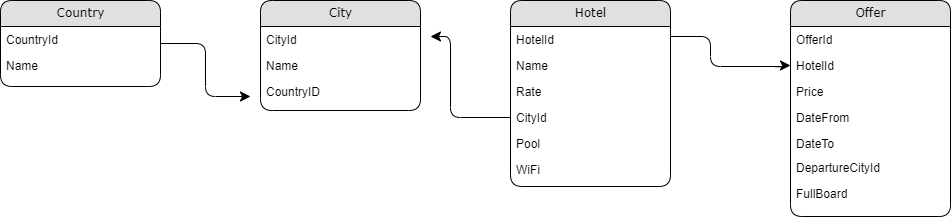
Before: Biuro_podrozy_diagram.png, a diagram exported from draw.io (sewcio543/vacationey). Source tidied: cells renumbered, new cells last; positions are measured from the earlier drawing's top-left corner, leaving out a move shared by most shapes. Its diagram source:
```xml
<mxGraphModel>
  <root>
    <mxCell id="0" />
    <mxCell id="1" parent="0" />
    <mxCell id="2" value="Country" style="swimlane;html=1;fontStyle=0;horizontal=1;startSize=26;fillColor=#e0e0e0;swimlaneFillColor=#ffffff;align=center;rounded=1;shadow=0;comic=0;labelBackgroundColor=none;strokeWidth=1;fontFamily=Verdana;fontSize=12;" parent="1" vertex="1">
      <mxGeometry width="160" height="86" as="geometry" />
    </mxCell>
    <mxCell id="3" value="CountryId" style="text;html=1;strokeColor=none;fillColor=none;spacingLeft=4;spacingRight=4;whiteSpace=wrap;overflow=hidden;" parent="2" vertex="1">
      <mxGeometry y="26" width="160" height="26" as="geometry" />
    </mxCell>
    <mxCell id="4" value="Name" style="text;html=1;strokeColor=none;fillColor=none;spacingLeft=4;spacingRight=4;whiteSpace=wrap;overflow=hidden;" parent="2" vertex="1">
      <mxGeometry y="52" width="160" height="26" as="geometry" />
    </mxCell>
    <mxCell id="5" value="City" style="swimlane;html=1;fontStyle=0;horizontal=1;startSize=26;fillColor=#e0e0e0;swimlaneFillColor=#ffffff;align=center;rounded=1;shadow=0;comic=0;labelBackgroundColor=none;strokeWidth=1;fontFamily=Verdana;fontSize=12;" parent="1" vertex="1">
      <mxGeometry x="260" width="160" height="110" as="geometry" />
    </mxCell>
    <mxCell id="6" value="CityId" style="text;html=1;strokeColor=none;fillColor=none;spacingLeft=4;spacingRight=4;whiteSpace=wrap;overflow=hidden;" parent="5" vertex="1">
      <mxGeometry y="26" width="160" height="26" as="geometry" />
    </mxCell>
    <mxCell id="7" value="Name" style="text;html=1;strokeColor=none;fillColor=none;spacingLeft=4;spacingRight=4;whiteSpace=wrap;overflow=hidden;" parent="5" vertex="1">
      <mxGeometry y="52" width="160" height="26" as="geometry" />
    </mxCell>
    <mxCell id="8" value="CountryID" style="text;html=1;strokeColor=none;fillColor=none;spacingLeft=4;spacingRight=4;whiteSpace=wrap;overflow=hidden;points=[[0,0.5],[1,0.5]];portConstraint=eastwest;" parent="5" vertex="1">
      <mxGeometry y="78" width="160" height="26" as="geometry" />
    </mxCell>
    <mxCell id="9" value="Hotel" style="swimlane;html=1;fontStyle=0;horizontal=1;startSize=26;fillColor=#e0e0e0;swimlaneFillColor=#ffffff;align=center;rounded=1;shadow=0;comic=0;labelBackgroundColor=none;strokeWidth=1;fontFamily=Verdana;fontSize=12;" parent="1" vertex="1">
      <mxGeometry x="510" width="160" height="186" as="geometry" />
    </mxCell>
    <mxCell id="10" value="HotelId" style="text;html=1;strokeColor=none;fillColor=none;spacingLeft=4;spacingRight=4;whiteSpace=wrap;overflow=hidden;points=[[0,0.5],[1,0.5]];portConstraint=eastwest;" parent="9" vertex="1">
      <mxGeometry y="26" width="160" height="26" as="geometry" />
    </mxCell>
    <mxCell id="11" value="Name" style="text;html=1;strokeColor=none;fillColor=none;spacingLeft=4;spacingRight=4;whiteSpace=wrap;overflow=hidden;" parent="9" vertex="1">
      <mxGeometry y="52" width="160" height="26" as="geometry" />
    </mxCell>
    <mxCell id="12" value="Rate" style="text;html=1;strokeColor=none;fillColor=none;spacingLeft=4;spacingRight=4;whiteSpace=wrap;overflow=hidden;" parent="9" vertex="1">
      <mxGeometry y="78" width="160" height="26" as="geometry" />
    </mxCell>
    <mxCell id="13" value="CityId" style="text;html=1;strokeColor=none;fillColor=none;spacingLeft=4;spacingRight=4;whiteSpace=wrap;overflow=hidden;points=[[0,0.5],[1,0.5]];portConstraint=eastwest;" parent="9" vertex="1">
      <mxGeometry y="104" width="160" height="26" as="geometry" />
    </mxCell>
    <mxCell id="14" value="Pool" style="text;html=1;strokeColor=none;fillColor=none;spacingLeft=4;spacingRight=4;whiteSpace=wrap;overflow=hidden;" parent="9" vertex="1">
      <mxGeometry y="130" width="160" height="26" as="geometry" />
    </mxCell>
    <mxCell id="15" value="WiFi" style="text;html=1;strokeColor=none;fillColor=none;spacingLeft=4;spacingRight=4;whiteSpace=wrap;overflow=hidden;" parent="9" vertex="1">
      <mxGeometry y="156" width="160" height="24" as="geometry" />
    </mxCell>
    <mxCell id="16" style="edgeStyle=orthogonalEdgeStyle;html=1;labelBackgroundColor=none;startFill=0;startSize=8;endFill=1;endSize=8;fontFamily=Verdana;fontSize=12;" parent="1" edge="1" source="2">
      <mxGeometry relative="1" as="geometry">
        <mxPoint x="250" y="96" as="targetPoint" />
        <Array as="points">
          <mxPoint x="205" y="43" />
          <mxPoint x="205" y="96" />
          <mxPoint x="250" y="96" />
        </Array>
      </mxGeometry>
    </mxCell>
    <mxCell id="17" style="edgeStyle=orthogonalEdgeStyle;html=1;labelBackgroundColor=none;startFill=0;startSize=8;endFill=1;endSize=8;fontFamily=Verdana;fontSize=12;entryX=0;entryY=0.5;entryDx=0;entryDy=0;" parent="1" edge="1" target="21">
      <mxGeometry relative="1" as="geometry">
        <mxPoint x="670" y="36" as="sourcePoint" />
        <Array as="points">
          <mxPoint x="710" y="36" />
          <mxPoint x="710" y="66" />
          <mxPoint x="785" y="66" />
          <mxPoint x="785" y="65" />
        </Array>
      </mxGeometry>
    </mxCell>
    <mxCell id="18" style="edgeStyle=orthogonalEdgeStyle;html=1;exitX=0;exitY=0.5;labelBackgroundColor=none;startFill=0;startSize=8;endFill=1;endSize=8;fontFamily=Verdana;fontSize=12;exitDx=0;exitDy=0;" parent="1" edge="1" source="13">
      <mxGeometry relative="1" as="geometry">
        <mxPoint x="430" y="36" as="targetPoint" />
        <Array as="points">
          <mxPoint x="450" y="117" />
          <mxPoint x="450" y="36" />
        </Array>
      </mxGeometry>
    </mxCell>
    <mxCell id="19" value="Offer" style="swimlane;html=1;fontStyle=0;horizontal=1;startSize=26;fillColor=#e0e0e0;swimlaneFillColor=#ffffff;align=center;rounded=1;shadow=0;comic=0;labelBackgroundColor=none;strokeWidth=1;fontFamily=Verdana;fontSize=12;" parent="1" vertex="1">
      <mxGeometry x="790" width="160" height="216" as="geometry" />
    </mxCell>
    <mxCell id="20" value="OfferId" style="text;html=1;strokeColor=none;fillColor=none;spacingLeft=4;spacingRight=4;whiteSpace=wrap;overflow=hidden;" parent="19" vertex="1">
      <mxGeometry y="26" width="160" height="26" as="geometry" />
    </mxCell>
    <mxCell id="21" value="HotelId" style="text;html=1;strokeColor=none;fillColor=none;spacingLeft=4;spacingRight=4;whiteSpace=wrap;overflow=hidden;points=[[0,0.5],[1,0.5]];portConstraint=eastwest;" parent="19" vertex="1">
      <mxGeometry y="52" width="160" height="26" as="geometry" />
    </mxCell>
    <mxCell id="22" value="Price" style="text;html=1;strokeColor=none;fillColor=none;spacingLeft=4;spacingRight=4;whiteSpace=wrap;overflow=hidden;" parent="19" vertex="1">
      <mxGeometry y="78" width="160" height="26" as="geometry" />
    </mxCell>
    <mxCell id="23" value="DateFrom" style="text;html=1;strokeColor=none;fillColor=none;spacingLeft=4;spacingRight=4;whiteSpace=wrap;overflow=hidden;" parent="19" vertex="1">
      <mxGeometry y="104" width="160" height="26" as="geometry" />
    </mxCell>
    <mxCell id="24" value="DateTo" style="text;html=1;strokeColor=none;fillColor=none;spacingLeft=4;spacingRight=4;whiteSpace=wrap;overflow=hidden;" parent="19" vertex="1">
      <mxGeometry y="130" width="160" height="24" as="geometry" />
    </mxCell>
    <mxCell id="25" value="DepartureCityId" style="text;html=1;strokeColor=none;fillColor=none;spacingLeft=4;spacingRight=4;whiteSpace=wrap;overflow=hidden;" parent="19" vertex="1">
      <mxGeometry y="154" width="160" height="26" as="geometry" />
    </mxCell>
    <mxCell id="26" value="FullBoard" style="text;html=1;strokeColor=none;fillColor=none;spacingLeft=4;spacingRight=4;whiteSpace=wrap;overflow=hidden;" parent="19" vertex="1">
      <mxGeometry y="180" width="160" height="20" as="geometry" />
    </mxCell>
  </root>
</mxGraphModel>
```
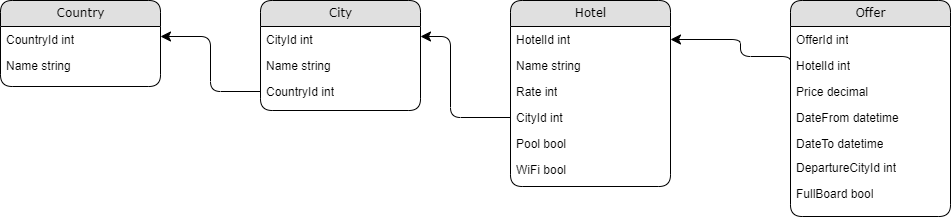
Above is the later version.

What changed in the source:
```diff
@@ -5,69 +5,67 @@
     <mxCell id="2" value="Country" style="swimlane;html=1;fontStyle=0;horizontal=1;startSize=26;fillColor=#e0e0e0;swimlaneFillColor=#ffffff;align=center;rounded=1;shadow=0;comic=0;labelBackgroundColor=none;strokeWidth=1;fontFamily=Verdana;fontSize=12;" parent="1" vertex="1">
       <mxGeometry width="160" height="86" as="geometry" />
     </mxCell>
-    <mxCell id="3" value="CountryId" style="text;html=1;strokeColor=none;fillColor=none;spacingLeft=4;spacingRight=4;whiteSpace=wrap;overflow=hidden;" parent="2" vertex="1">
+    <mxCell id="3" value="CountryId int" style="text;html=1;strokeColor=none;fillColor=none;spacingLeft=4;spacingRight=4;whiteSpace=wrap;overflow=hidden;" parent="2" vertex="1">
       <mxGeometry y="26" width="160" height="26" as="geometry" />
     </mxCell>
-    <mxCell id="4" value="Name" style="text;html=1;strokeColor=none;fillColor=none;spacingLeft=4;spacingRight=4;whiteSpace=wrap;overflow=hidden;" parent="2" vertex="1">
+    <mxCell id="4" value="Name string" style="text;html=1;strokeColor=none;fillColor=none;spacingLeft=4;spacingRight=4;whiteSpace=wrap;overflow=hidden;" parent="2" vertex="1">
       <mxGeometry y="52" width="160" height="26" as="geometry" />
     </mxCell>
     <mxCell id="5" value="City" style="swimlane;html=1;fontStyle=0;horizontal=1;startSize=26;fillColor=#e0e0e0;swimlaneFillColor=#ffffff;align=center;rounded=1;shadow=0;comic=0;labelBackgroundColor=none;strokeWidth=1;fontFamily=Verdana;fontSize=12;" parent="1" vertex="1">
       <mxGeometry x="260" width="160" height="110" as="geometry" />
     </mxCell>
-    <mxCell id="6" value="CityId" style="text;html=1;strokeColor=none;fillColor=none;spacingLeft=4;spacingRight=4;whiteSpace=wrap;overflow=hidden;" parent="5" vertex="1">
+    <mxCell id="6" value="CityId int" style="text;html=1;strokeColor=none;fillColor=none;spacingLeft=4;spacingRight=4;whiteSpace=wrap;overflow=hidden;" parent="5" vertex="1">
       <mxGeometry y="26" width="160" height="26" as="geometry" />
     </mxCell>
-    <mxCell id="7" value="Name" style="text;html=1;strokeColor=none;fillColor=none;spacingLeft=4;spacingRight=4;whiteSpace=wrap;overflow=hidden;" parent="5" vertex="1">
+    <mxCell id="7" value="Name string" style="text;html=1;strokeColor=none;fillColor=none;spacingLeft=4;spacingRight=4;whiteSpace=wrap;overflow=hidden;" parent="5" vertex="1">
       <mxGeometry y="52" width="160" height="26" as="geometry" />
     </mxCell>
-    <mxCell id="8" value="CountryID" style="text;html=1;strokeColor=none;fillColor=none;spacingLeft=4;spacingRight=4;whiteSpace=wrap;overflow=hidden;points=[[0,0.5],[1,0.5]];portConstraint=eastwest;" parent="5" vertex="1">
+    <mxCell id="8" value="CountryId int" style="text;html=1;strokeColor=none;fillColor=none;spacingLeft=4;spacingRight=4;whiteSpace=wrap;overflow=hidden;points=[[0,0.5],[1,0.5]];portConstraint=eastwest;" parent="5" vertex="1">
       <mxGeometry y="78" width="160" height="26" as="geometry" />
     </mxCell>
     <mxCell id="9" value="Hotel" style="swimlane;html=1;fontStyle=0;horizontal=1;startSize=26;fillColor=#e0e0e0;swimlaneFillColor=#ffffff;align=center;rounded=1;shadow=0;comic=0;labelBackgroundColor=none;strokeWidth=1;fontFamily=Verdana;fontSize=12;" parent="1" vertex="1">
       <mxGeometry x="510" width="160" height="186" as="geometry" />
     </mxCell>
-    <mxCell id="10" value="HotelId" style="text;html=1;strokeColor=none;fillColor=none;spacingLeft=4;spacingRight=4;whiteSpace=wrap;overflow=hidden;points=[[0,0.5],[1,0.5]];portConstraint=eastwest;" parent="9" vertex="1">
+    <mxCell id="10" value="HotelId int" style="text;html=1;strokeColor=none;fillColor=none;spacingLeft=4;spacingRight=4;whiteSpace=wrap;overflow=hidden;points=[[0,0.5],[1,0.5]];portConstraint=eastwest;" parent="9" vertex="1">
       <mxGeometry y="26" width="160" height="26" as="geometry" />
     </mxCell>
-    <mxCell id="11" value="Name" style="text;html=1;strokeColor=none;fillColor=none;spacingLeft=4;spacingRight=4;whiteSpace=wrap;overflow=hidden;" parent="9" vertex="1">
+    <mxCell id="11" value="Name string" style="text;html=1;strokeColor=none;fillColor=none;spacingLeft=4;spacingRight=4;whiteSpace=wrap;overflow=hidden;" parent="9" vertex="1">
       <mxGeometry y="52" width="160" height="26" as="geometry" />
     </mxCell>
-    <mxCell id="12" value="Rate" style="text;html=1;strokeColor=none;fillColor=none;spacingLeft=4;spacingRight=4;whiteSpace=wrap;overflow=hidden;" parent="9" vertex="1">
+    <mxCell id="12" value="Rate int" style="text;html=1;strokeColor=none;fillColor=none;spacingLeft=4;spacingRight=4;whiteSpace=wrap;overflow=hidden;" parent="9" vertex="1">
       <mxGeometry y="78" width="160" height="26" as="geometry" />
     </mxCell>
-    <mxCell id="13" value="CityId" style="text;html=1;strokeColor=none;fillColor=none;spacingLeft=4;spacingRight=4;whiteSpace=wrap;overflow=hidden;points=[[0,0.5],[1,0.5]];portConstraint=eastwest;" parent="9" vertex="1">
+    <mxCell id="13" value="CityId int" style="text;html=1;strokeColor=none;fillColor=none;spacingLeft=4;spacingRight=4;whiteSpace=wrap;overflow=hidden;points=[[0,0.5],[1,0.5]];portConstraint=eastwest;" parent="9" vertex="1">
       <mxGeometry y="104" width="160" height="26" as="geometry" />
     </mxCell>
-    <mxCell id="14" value="Pool" style="text;html=1;strokeColor=none;fillColor=none;spacingLeft=4;spacingRight=4;whiteSpace=wrap;overflow=hidden;" parent="9" vertex="1">
+    <mxCell id="14" value="Pool bool" style="text;html=1;strokeColor=none;fillColor=none;spacingLeft=4;spacingRight=4;whiteSpace=wrap;overflow=hidden;" parent="9" vertex="1">
       <mxGeometry y="130" width="160" height="26" as="geometry" />
     </mxCell>
-    <mxCell id="15" value="WiFi" style="text;html=1;strokeColor=none;fillColor=none;spacingLeft=4;spacingRight=4;whiteSpace=wrap;overflow=hidden;" parent="9" vertex="1">
+    <mxCell id="15" value="WiFi bool" style="text;html=1;strokeColor=none;fillColor=none;spacingLeft=4;spacingRight=4;whiteSpace=wrap;overflow=hidden;" parent="9" vertex="1">
       <mxGeometry y="156" width="160" height="24" as="geometry" />
     </mxCell>
-    <mxCell id="16" style="edgeStyle=orthogonalEdgeStyle;html=1;labelBackgroundColor=none;startFill=0;startSize=8;endFill=1;endSize=8;fontFamily=Verdana;fontSize=12;" parent="1" edge="1" source="2">
+    <mxCell id="16" style="edgeStyle=orthogonalEdgeStyle;html=1;labelBackgroundColor=none;startFill=0;startSize=8;endFill=1;endSize=8;fontFamily=Verdana;fontSize=12;exitX=0;exitY=0.5;exitDx=0;exitDy=0;" parent="1" edge="1" source="8">
       <mxGeometry relative="1" as="geometry">
-        <mxPoint x="250" y="96" as="targetPoint" />
+        <mxPoint x="160" y="36" as="targetPoint" />
         <Array as="points">
-          <mxPoint x="205" y="43" />
-          <mxPoint x="205" y="96" />
-          <mxPoint x="250" y="96" />
+          <mxPoint x="210" y="91" />
+          <mxPoint x="210" y="36" />
+          <mxPoint x="160" y="36" />
         </Array>
       </mxGeometry>
     </mxCell>
-    <mxCell id="17" style="edgeStyle=orthogonalEdgeStyle;html=1;labelBackgroundColor=none;startFill=0;startSize=8;endFill=1;endSize=8;fontFamily=Verdana;fontSize=12;entryX=0;entryY=0.5;entryDx=0;entryDy=0;" parent="1" edge="1" target="21">
+    <mxCell id="17" style="edgeStyle=orthogonalEdgeStyle;html=1;labelBackgroundColor=none;startFill=0;startSize=8;endFill=1;endSize=8;fontFamily=Verdana;fontSize=12;exitX=0;exitY=0.5;exitDx=0;exitDy=0;entryX=1;entryY=0.5;entryDx=0;entryDy=0;" parent="1" edge="1" source="21" target="10">
       <mxGeometry relative="1" as="geometry">
-        <mxPoint x="670" y="36" as="sourcePoint" />
         <Array as="points">
-          <mxPoint x="710" y="36" />
-          <mxPoint x="710" y="66" />
-          <mxPoint x="785" y="66" />
-          <mxPoint x="785" y="65" />
+          <mxPoint x="790" y="56" />
+          <mxPoint x="740" y="56" />
+          <mxPoint x="740" y="39" />
         </Array>
       </mxGeometry>
     </mxCell>
     <mxCell id="18" style="edgeStyle=orthogonalEdgeStyle;html=1;exitX=0;exitY=0.5;labelBackgroundColor=none;startFill=0;startSize=8;endFill=1;endSize=8;fontFamily=Verdana;fontSize=12;exitDx=0;exitDy=0;" parent="1" edge="1" source="13">
       <mxGeometry relative="1" as="geometry">
-        <mxPoint x="430" y="36" as="targetPoint" />
+        <mxPoint x="420" y="36" as="targetPoint" />
         <Array as="points">
           <mxPoint x="450" y="117" />
           <mxPoint x="450" y="36" />
@@ -77,25 +75,25 @@
     <mxCell id="19" value="Offer" style="swimlane;html=1;fontStyle=0;horizontal=1;startSize=26;fillColor=#e0e0e0;swimlaneFillColor=#ffffff;align=center;rounded=1;shadow=0;comic=0;labelBackgroundColor=none;strokeWidth=1;fontFamily=Verdana;fontSize=12;" parent="1" vertex="1">
       <mxGeometry x="790" width="160" height="216" as="geometry" />
     </mxCell>
-    <mxCell id="20" value="OfferId" style="text;html=1;strokeColor=none;fillColor=none;spacingLeft=4;spacingRight=4;whiteSpace=wrap;overflow=hidden;" parent="19" vertex="1">
+    <mxCell id="20" value="OfferId int" style="text;html=1;strokeColor=none;fillColor=none;spacingLeft=4;spacingRight=4;whiteSpace=wrap;overflow=hidden;" parent="19" vertex="1">
       <mxGeometry y="26" width="160" height="26" as="geometry" />
     </mxCell>
-    <mxCell id="21" value="HotelId" style="text;html=1;strokeColor=none;fillColor=none;spacingLeft=4;spacingRight=4;whiteSpace=wrap;overflow=hidden;points=[[0,0.5],[1,0.5]];portConstraint=eastwest;" parent="19" vertex="1">
+    <mxCell id="21" value="HotelId int" style="text;html=1;strokeColor=none;fillColor=none;spacingLeft=4;spacingRight=4;whiteSpace=wrap;overflow=hidden;points=[[0,0.5],[1,0.5]];portConstraint=eastwest;" parent="19" vertex="1">
       <mxGeometry y="52" width="160" height="26" as="geometry" />
     </mxCell>
-    <mxCell id="22" value="Price" style="text;html=1;strokeColor=none;fillColor=none;spacingLeft=4;spacingRight=4;whiteSpace=wrap;overflow=hidden;" parent="19" vertex="1">
+    <mxCell id="22" value="Price decimal" style="text;html=1;strokeColor=none;fillColor=none;spacingLeft=4;spacingRight=4;whiteSpace=wrap;overflow=hidden;" parent="19" vertex="1">
       <mxGeometry y="78" width="160" height="26" as="geometry" />
     </mxCell>
-    <mxCell id="23" value="DateFrom" style="text;html=1;strokeColor=none;fillColor=none;spacingLeft=4;spacingRight=4;whiteSpace=wrap;overflow=hidden;" parent="19" vertex="1">
+    <mxCell id="23" value="DateFrom datetime" style="text;html=1;strokeColor=none;fillColor=none;spacingLeft=4;spacingRight=4;whiteSpace=wrap;overflow=hidden;" parent="19" vertex="1">
       <mxGeometry y="104" width="160" height="26" as="geometry" />
     </mxCell>
-    <mxCell id="24" value="DateTo" style="text;html=1;strokeColor=none;fillColor=none;spacingLeft=4;spacingRight=4;whiteSpace=wrap;overflow=hidden;" parent="19" vertex="1">
+    <mxCell id="24" value="DateTo datetime" style="text;html=1;strokeColor=none;fillColor=none;spacingLeft=4;spacingRight=4;whiteSpace=wrap;overflow=hidden;" parent="19" vertex="1">
       <mxGeometry y="130" width="160" height="24" as="geometry" />
     </mxCell>
-    <mxCell id="25" value="DepartureCityId" style="text;html=1;strokeColor=none;fillColor=none;spacingLeft=4;spacingRight=4;whiteSpace=wrap;overflow=hidden;" parent="19" vertex="1">
+    <mxCell id="25" value="DepartureCityId int" style="text;html=1;strokeColor=none;fillColor=none;spacingLeft=4;spacingRight=4;whiteSpace=wrap;overflow=hidden;" parent="19" vertex="1">
       <mxGeometry y="154" width="160" height="26" as="geometry" />
     </mxCell>
-    <mxCell id="26" value="FullBoard" style="text;html=1;strokeColor=none;fillColor=none;spacingLeft=4;spacingRight=4;whiteSpace=wrap;overflow=hidden;" parent="19" vertex="1">
+    <mxCell id="26" value="FullBoard bool" style="text;html=1;strokeColor=none;fillColor=none;spacingLeft=4;spacingRight=4;whiteSpace=wrap;overflow=hidden;" parent="19" vertex="1">
       <mxGeometry y="180" width="160" height="20" as="geometry" />
     </mxCell>
   </root>
```
